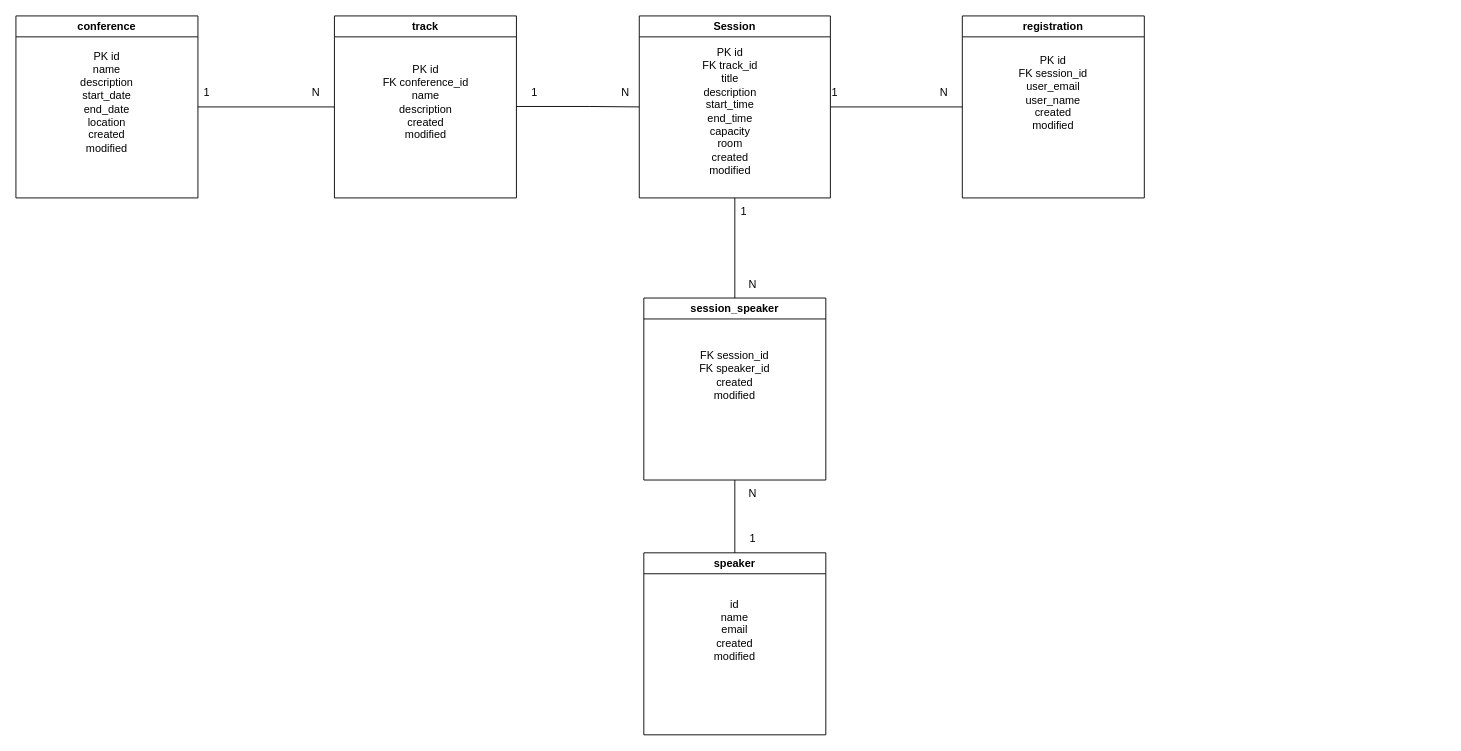
Earlier version of the draw.io diagram diagrams/ER diagram.drawio (agustinmend/WEB-ISW-2do-bloque). Source tidied: cells renumbered, new cells numbered last; positions are measured from the earlier drawing's top-left corner, leaving out a move shared by most shapes. Both pictures are drawn from the tidied source at 91%, with x=0, y=0 at pixel (15, 15).
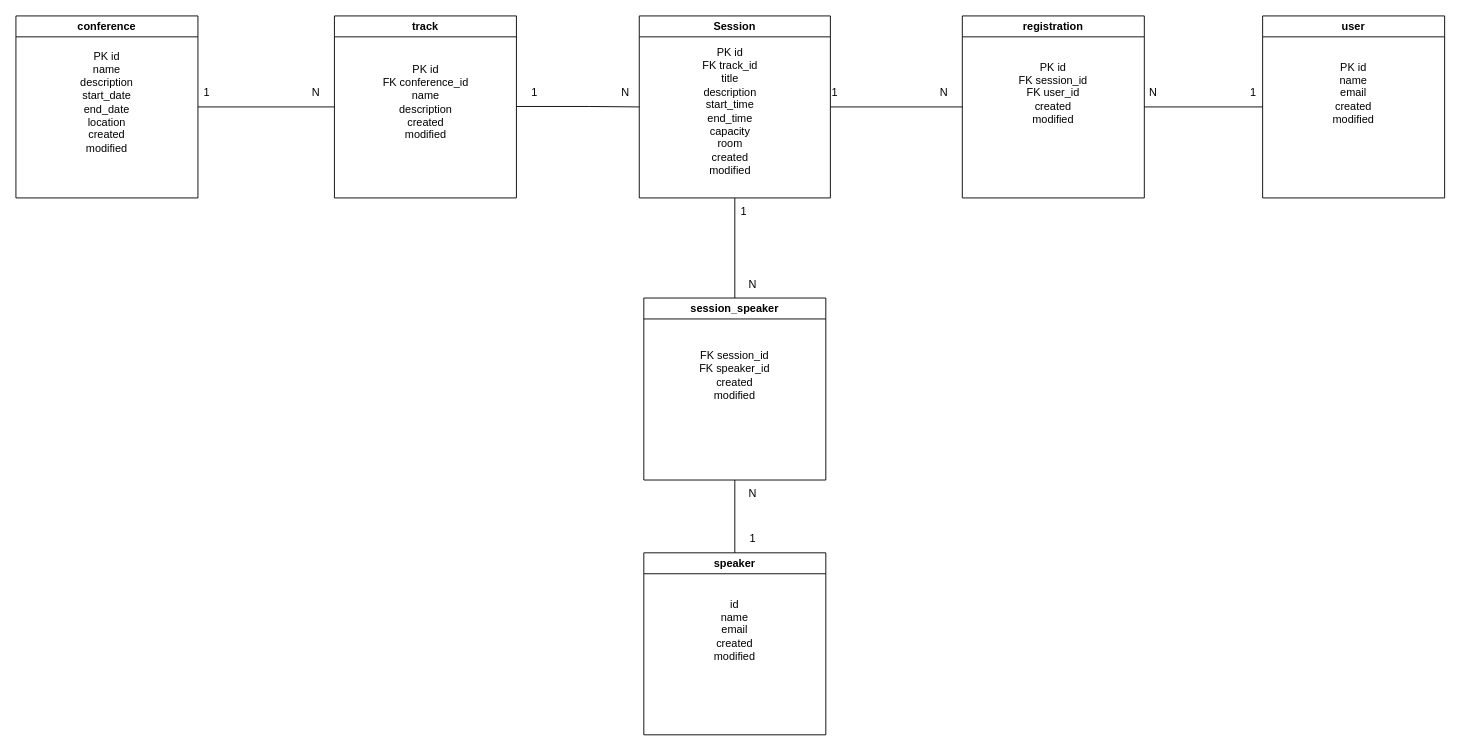
Above is the later version.

Commit message (it also covers changes not shown here):
agregado de tabla user

Unchanged cells that the change refers to:
```xml
<mxCell id="10" value="registration" style="swimlane;whiteSpace=wrap;html=1;startSize=23;" parent="1" vertex="1">
  <mxGeometry x="1040" width="200" height="200" as="geometry" />
</mxCell>
```

What changed in the source:
```diff
@@
-    <mxCell id="11" value="PK id&lt;div&gt;FK session_id&lt;/div&gt;&lt;div&gt;user_email&lt;/div&gt;&lt;div&gt;user_name&lt;/div&gt;&lt;div&gt;created&lt;br&gt;modified&lt;/div&gt;" style="text;html=1;whiteSpace=wrap;strokeColor=none;fillColor=none;align=center;verticalAlign=middle;rounded=0;" parent="10" vertex="1">
+    <mxCell id="11" value="PK id&lt;div&gt;FK session_id&lt;/div&gt;&lt;div&gt;FK user_id&lt;/div&gt;&lt;div&gt;created&lt;br&gt;modified&lt;/div&gt;" style="text;html=1;whiteSpace=wrap;strokeColor=none;fillColor=none;align=center;verticalAlign=middle;rounded=0;" parent="10" vertex="1">
       <mxGeometry x="55" y="70" width="90" height="30" as="geometry" />
     </mxCell>
@@
+    <mxCell id="29" value="user" style="swimlane;whiteSpace=wrap;html=1;startSize=23;" parent="1" vertex="1">
+      <mxGeometry x="1370" width="200" height="200" as="geometry" />
+    </mxCell>
+    <mxCell id="30" value="PK id&lt;div&gt;name&lt;/div&gt;&lt;div&gt;email&lt;/div&gt;&lt;div&gt;created&lt;/div&gt;&lt;div&gt;modified&lt;/div&gt;" style="text;html=1;whiteSpace=wrap;strokeColor=none;fillColor=none;align=center;verticalAlign=middle;rounded=0;" parent="29" vertex="1">
+      <mxGeometry x="55" y="70" width="90" height="30" as="geometry" />
+    </mxCell>
+    <mxCell id="31" style="endArrow=none;html=1;rounded=0;entryX=0;entryY=0.5;entryDx=0;entryDy=0;exitX=1;exitY=0.5;exitDx=0;exitDy=0;" parent="1" edge="1" source="10" target="29">
+      <mxGeometry relative="1" as="geometry" />
+    </mxCell>
+    <mxCell id="32" value="N" style="text;html=1;whiteSpace=wrap;strokeColor=none;fillColor=none;align=center;verticalAlign=middle;rounded=0;" parent="1" vertex="1">
+      <mxGeometry x="1220" y="70" width="60" height="30" as="geometry" />
+    </mxCell>
+    <mxCell id="33" value="1" style="text;html=1;whiteSpace=wrap;strokeColor=none;fillColor=none;align=center;verticalAlign=middle;rounded=0;" parent="1" vertex="1">
+      <mxGeometry x="1330" y="70" width="60" height="30" as="geometry" />
+    </mxCell>
```
